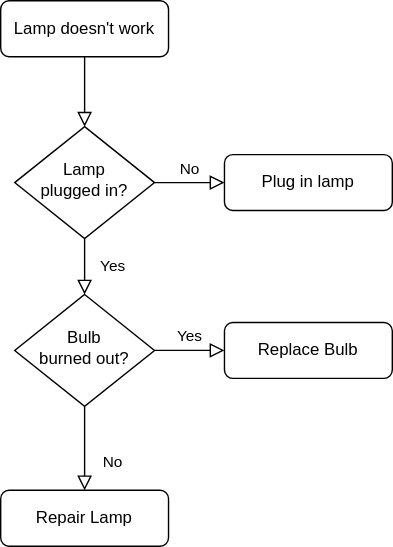
Alena28222/2077493-kekstagram-simple-27 keeps this draw.io diagram as .github/Диаграмма без названия.drawio.svg. Above is the earlier version. Source tidied: cells renumbered, new cells last; positions are measured from the earlier drawing's top-left corner, leaving out a move shared by most shapes. Source of this version:
```xml
<mxGraphModel>
  <root>
    <mxCell id="0" />
    <mxCell id="1" parent="0" />
    <mxCell id="2" style="rounded=0;html=1;jettySize=auto;fontSize=11;endArrow=block;endFill=0;endSize=8;strokeWidth=1;shadow=0;labelBackgroundColor=none;edgeStyle=orthogonalEdgeStyle;" parent="1" edge="1" source="3" target="6">
      <mxGeometry relative="1" as="geometry" />
    </mxCell>
    <mxCell id="3" value="Lamp doesn't work" style="rounded=1;whiteSpace=wrap;html=1;fontSize=12;glass=0;strokeWidth=1;shadow=0;" parent="1" vertex="1">
      <mxGeometry width="120" height="40" as="geometry" />
    </mxCell>
    <mxCell id="4" value="Yes" style="rounded=0;html=1;jettySize=auto;fontSize=11;endArrow=block;endFill=0;endSize=8;strokeWidth=1;shadow=0;labelBackgroundColor=none;edgeStyle=orthogonalEdgeStyle;" parent="1" edge="1" source="6" target="10">
      <mxGeometry y="20" relative="1" as="geometry" />
    </mxCell>
    <mxCell id="5" value="No" style="edgeStyle=orthogonalEdgeStyle;rounded=0;html=1;jettySize=auto;fontSize=11;endArrow=block;endFill=0;endSize=8;strokeWidth=1;shadow=0;labelBackgroundColor=none;" parent="1" edge="1" source="6" target="7">
      <mxGeometry y="10" relative="1" as="geometry" />
    </mxCell>
    <mxCell id="6" value="Lamp&lt;br&gt;plugged in?" style="rhombus;whiteSpace=wrap;html=1;shadow=0;fontFamily=Helvetica;fontSize=12;align=center;strokeWidth=1;spacing=6;spacingTop=-4;" parent="1" vertex="1">
      <mxGeometry x="10" y="90" width="100" height="80" as="geometry" />
    </mxCell>
    <mxCell id="7" value="Plug in lamp" style="rounded=1;whiteSpace=wrap;html=1;fontSize=12;glass=0;strokeWidth=1;shadow=0;" parent="1" vertex="1">
      <mxGeometry x="160" y="110" width="120" height="40" as="geometry" />
    </mxCell>
    <mxCell id="8" value="No" style="rounded=0;html=1;jettySize=auto;fontSize=11;endArrow=block;endFill=0;endSize=8;strokeWidth=1;shadow=0;labelBackgroundColor=none;edgeStyle=orthogonalEdgeStyle;" parent="1" edge="1" source="10" target="11">
      <mxGeometry x="0.33" y="20" relative="1" as="geometry" />
    </mxCell>
    <mxCell id="9" value="Yes" style="edgeStyle=orthogonalEdgeStyle;rounded=0;html=1;jettySize=auto;fontSize=11;endArrow=block;endFill=0;endSize=8;strokeWidth=1;shadow=0;labelBackgroundColor=none;" parent="1" edge="1" source="10" target="12">
      <mxGeometry y="10" relative="1" as="geometry" />
    </mxCell>
    <mxCell id="10" value="Bulb&lt;br&gt;burned out?" style="rhombus;whiteSpace=wrap;html=1;shadow=0;fontFamily=Helvetica;fontSize=12;align=center;strokeWidth=1;spacing=6;spacingTop=-4;" parent="1" vertex="1">
      <mxGeometry x="10" y="210" width="100" height="80" as="geometry" />
    </mxCell>
    <mxCell id="11" value="Repair Lamp" style="rounded=1;whiteSpace=wrap;html=1;fontSize=12;glass=0;strokeWidth=1;shadow=0;" parent="1" vertex="1">
      <mxGeometry y="350" width="120" height="40" as="geometry" />
    </mxCell>
    <mxCell id="12" value="Replace Bulb" style="rounded=1;whiteSpace=wrap;html=1;fontSize=12;glass=0;strokeWidth=1;shadow=0;" parent="1" vertex="1">
      <mxGeometry x="160" y="230" width="120" height="40" as="geometry" />
    </mxCell>
  </root>
</mxGraphModel>
```
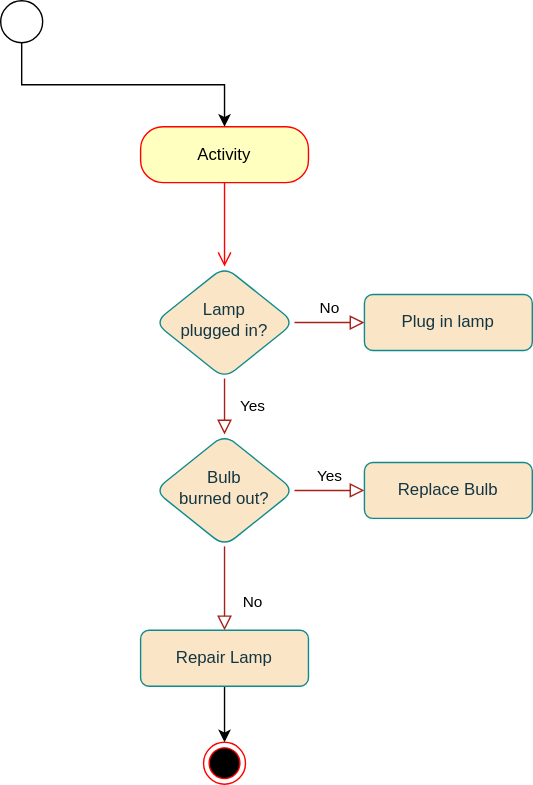
The same diagram one commit later.

What changed in the source:
```diff
@@ -2,38 +2,50 @@
   <root>
     <mxCell id="0" />
     <mxCell id="1" parent="0" />
-    <mxCell id="2" style="rounded=0;html=1;jettySize=auto;fontSize=11;endArrow=block;endFill=0;endSize=8;strokeWidth=1;shadow=0;labelBackgroundColor=none;edgeStyle=orthogonalEdgeStyle;" parent="1" edge="1" source="3" target="6">
-      <mxGeometry relative="1" as="geometry" />
-    </mxCell>
-    <mxCell id="3" value="Lamp doesn't work" style="rounded=1;whiteSpace=wrap;html=1;fontSize=12;glass=0;strokeWidth=1;shadow=0;" parent="1" vertex="1">
-      <mxGeometry width="120" height="40" as="geometry" />
-    </mxCell>
-    <mxCell id="4" value="Yes" style="rounded=0;html=1;jettySize=auto;fontSize=11;endArrow=block;endFill=0;endSize=8;strokeWidth=1;shadow=0;labelBackgroundColor=none;edgeStyle=orthogonalEdgeStyle;" parent="1" edge="1" source="6" target="10">
+    <mxCell id="4" value="Yes" style="rounded=1;html=1;jettySize=auto;fontSize=11;endArrow=block;endFill=0;endSize=8;strokeWidth=1;shadow=0;labelBackgroundColor=none;edgeStyle=orthogonalEdgeStyle;strokeColor=#A8201A;fontColor=default;" parent="1" edge="1" source="6" target="10">
       <mxGeometry y="20" relative="1" as="geometry" />
     </mxCell>
-    <mxCell id="5" value="No" style="edgeStyle=orthogonalEdgeStyle;rounded=0;html=1;jettySize=auto;fontSize=11;endArrow=block;endFill=0;endSize=8;strokeWidth=1;shadow=0;labelBackgroundColor=none;" parent="1" edge="1" source="6" target="7">
+    <mxCell id="5" value="No" style="edgeStyle=orthogonalEdgeStyle;rounded=1;html=1;jettySize=auto;fontSize=11;endArrow=block;endFill=0;endSize=8;strokeWidth=1;shadow=0;labelBackgroundColor=none;strokeColor=#A8201A;fontColor=default;" parent="1" edge="1" source="6" target="7">
       <mxGeometry y="10" relative="1" as="geometry" />
     </mxCell>
-    <mxCell id="6" value="Lamp&lt;br&gt;plugged in?" style="rhombus;whiteSpace=wrap;html=1;shadow=0;fontFamily=Helvetica;fontSize=12;align=center;strokeWidth=1;spacing=6;spacingTop=-4;" parent="1" vertex="1">
+    <mxCell id="6" value="Lamp&lt;br&gt;plugged in?" style="rhombus;whiteSpace=wrap;html=1;shadow=0;fontFamily=Helvetica;fontSize=12;align=center;strokeWidth=1;spacing=6;spacingTop=-4;labelBackgroundColor=none;fillColor=#FAE5C7;strokeColor=#0F8B8D;fontColor=#143642;rounded=1;" parent="1" vertex="1">
       <mxGeometry x="10" y="90" width="100" height="80" as="geometry" />
     </mxCell>
-    <mxCell id="7" value="Plug in lamp" style="rounded=1;whiteSpace=wrap;html=1;fontSize=12;glass=0;strokeWidth=1;shadow=0;" parent="1" vertex="1">
+    <mxCell id="7" value="Plug in lamp" style="rounded=1;whiteSpace=wrap;html=1;fontSize=12;glass=0;strokeWidth=1;shadow=0;labelBackgroundColor=none;fillColor=#FAE5C7;strokeColor=#0F8B8D;fontColor=#143642;" parent="1" vertex="1">
       <mxGeometry x="160" y="110" width="120" height="40" as="geometry" />
     </mxCell>
-    <mxCell id="8" value="No" style="rounded=0;html=1;jettySize=auto;fontSize=11;endArrow=block;endFill=0;endSize=8;strokeWidth=1;shadow=0;labelBackgroundColor=none;edgeStyle=orthogonalEdgeStyle;" parent="1" edge="1" source="10" target="11">
+    <mxCell id="8" value="No" style="rounded=1;html=1;jettySize=auto;fontSize=11;endArrow=block;endFill=0;endSize=8;strokeWidth=1;shadow=0;labelBackgroundColor=none;edgeStyle=orthogonalEdgeStyle;strokeColor=#A8201A;fontColor=default;" parent="1" edge="1" source="10" target="11">
       <mxGeometry x="0.33" y="20" relative="1" as="geometry" />
     </mxCell>
-    <mxCell id="9" value="Yes" style="edgeStyle=orthogonalEdgeStyle;rounded=0;html=1;jettySize=auto;fontSize=11;endArrow=block;endFill=0;endSize=8;strokeWidth=1;shadow=0;labelBackgroundColor=none;" parent="1" edge="1" source="10" target="12">
+    <mxCell id="9" value="Yes" style="edgeStyle=orthogonalEdgeStyle;rounded=1;html=1;jettySize=auto;fontSize=11;endArrow=block;endFill=0;endSize=8;strokeWidth=1;shadow=0;labelBackgroundColor=none;strokeColor=#A8201A;fontColor=default;" parent="1" edge="1" source="10" target="12">
       <mxGeometry y="10" relative="1" as="geometry" />
     </mxCell>
-    <mxCell id="10" value="Bulb&lt;br&gt;burned out?" style="rhombus;whiteSpace=wrap;html=1;shadow=0;fontFamily=Helvetica;fontSize=12;align=center;strokeWidth=1;spacing=6;spacingTop=-4;" parent="1" vertex="1">
+    <mxCell id="10" value="Bulb&lt;br&gt;burned out?" style="rhombus;whiteSpace=wrap;html=1;shadow=0;fontFamily=Helvetica;fontSize=12;align=center;strokeWidth=1;spacing=6;spacingTop=-4;labelBackgroundColor=none;fillColor=#FAE5C7;strokeColor=#0F8B8D;fontColor=#143642;rounded=1;" parent="1" vertex="1">
       <mxGeometry x="10" y="210" width="100" height="80" as="geometry" />
     </mxCell>
+    <mxCell id="13" style="edgeStyle=orthogonalEdgeStyle;rounded=0;jettySize=auto;html=1;" parent="1" edge="1" source="11" target="14">
+      <mxGeometry relative="1" as="geometry" />
+    </mxCell>
-    <mxCell id="11" value="Repair Lamp" style="rounded=1;whiteSpace=wrap;html=1;fontSize=12;glass=0;strokeWidth=1;shadow=0;" parent="1" vertex="1">
+    <mxCell id="11" value="Repair Lamp" style="rounded=1;whiteSpace=wrap;html=1;fontSize=12;glass=0;strokeWidth=1;shadow=0;labelBackgroundColor=none;fillColor=#FAE5C7;strokeColor=#0F8B8D;fontColor=#143642;" parent="1" vertex="1">
       <mxGeometry y="350" width="120" height="40" as="geometry" />
     </mxCell>
-    <mxCell id="12" value="Replace Bulb" style="rounded=1;whiteSpace=wrap;html=1;fontSize=12;glass=0;strokeWidth=1;shadow=0;" parent="1" vertex="1">
+    <mxCell id="12" value="Replace Bulb" style="rounded=1;whiteSpace=wrap;html=1;fontSize=12;glass=0;strokeWidth=1;shadow=0;labelBackgroundColor=none;fillColor=#FAE5C7;strokeColor=#0F8B8D;fontColor=#143642;" parent="1" vertex="1">
       <mxGeometry x="160" y="230" width="120" height="40" as="geometry" />
     </mxCell>
+    <mxCell id="14" style="ellipse;html=1;shape=endState;fillColor=#000000;strokeColor=#ff0000;" parent="1" vertex="1">
+      <mxGeometry x="45" y="430" width="30" height="30" as="geometry" />
+    </mxCell>
+    <mxCell id="15" value="Activity" style="rounded=1;whiteSpace=wrap;html=1;arcSize=40;fontColor=#000000;fillColor=#ffffc0;strokeColor=#ff0000;" parent="1" vertex="1">
+      <mxGeometry y="-10" width="120" height="40" as="geometry" />
+    </mxCell>
+    <mxCell id="16" style="edgeStyle=orthogonalEdgeStyle;html=1;verticalAlign=bottom;endArrow=open;endSize=8;strokeColor=#ff0000;rounded=0;" parent="1" edge="1" source="15" target="6">
+      <mxGeometry relative="1" as="geometry" />
+    </mxCell>
+    <mxCell id="17" style="edgeStyle=orthogonalEdgeStyle;rounded=0;jettySize=auto;html=1;exitX=0.5;exitY=0;exitDx=0;exitDy=0;" parent="1" edge="1" source="18" target="15">
+      <mxGeometry relative="1" as="geometry" />
+    </mxCell>
+    <mxCell id="18" style="ellipse;rotation=-180;" parent="1" vertex="1">
+      <mxGeometry x="-100" y="-100" width="30" height="30" as="geometry" />
+    </mxCell>
   </root>
 </mxGraphModel>
```
